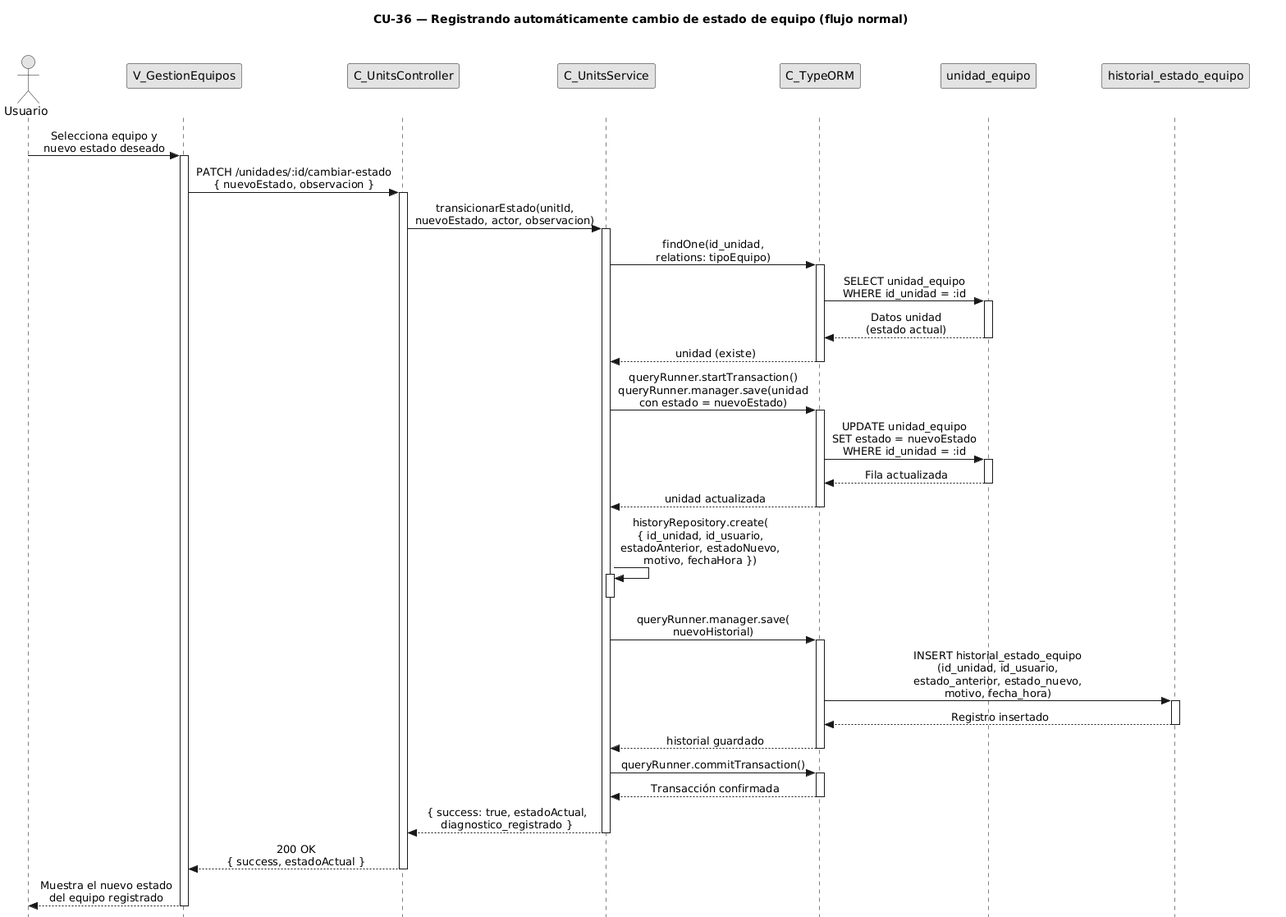
The PlantUML diagram diagramas/diagramas-secuencia/CU36/CU36-normal.png in FSM-Finet-y-Cable-Magico/Team_1-Inventario-y-Bodega, before a commit. Its diagram source:
```plantuml
@startuml CU36-normal
title CU-36 — Registrando automáticamente cambio de estado de equipo (flujo normal)

skinparam style strictuml
skinparam monochrome true
skinparam shadowing false
skinparam sequenceMessageAlign center
<style>
sequenceDiagram {
  participant {
    Margin 35
  }
  actor {
    Margin 15
  }
}
</style>
skinparam sequence {
  MessageAlign center
  LifeLineBorderColor black
}
hide footbox

actor "Usuario" as user
participant "V_GestionEquipos" as view
participant "C_UnitsController" as ctrl
participant "C_UnitsService" as svc
participant "C_TypeORM" as orm
participant "unidad_equipo" as uent
participant "historial_estado_equipo" as hent

user -> view : Selecciona equipo y\nnuevo estado deseado
activate view

view -> ctrl : PATCH /unidades/:id/cambiar-estado\n{ nuevoEstado, observacion }
activate ctrl

ctrl -> svc : transicionarEstado(unitId,\nnuevoEstado, actor, observacion)
activate svc

svc -> orm : findOne(id_unidad,\nrelations: tipoEquipo)
activate orm

orm -> uent : SELECT unidad_equipo\nWHERE id_unidad = :id
activate uent
uent --> orm : Datos unidad\n(estado actual)
deactivate uent

orm --> svc : unidad (existe)
deactivate orm

svc -> orm : queryRunner.startTransaction()\nqueryRunner.manager.save(unidad\ncon estado = nuevoEstado)
activate orm

orm -> uent : UPDATE unidad_equipo\nSET estado = nuevoEstado\nWHERE id_unidad = :id
activate uent
uent --> orm : Fila actualizada
deactivate uent

orm --> svc : unidad actualizada
deactivate orm

svc -> svc : historyRepository.create(\n{ id_unidad, id_usuario,\nestadoAnterior, estadoNuevo,\nmotivo, fechaHora })
activate svc
deactivate svc

svc -> orm : queryRunner.manager.save(\nnuevoHistorial)
activate orm

orm -> hent : INSERT historial_estado_equipo\n(id_unidad, id_usuario,\nestado_anterior, estado_nuevo,\nmotivo, fecha_hora)
activate hent
hent --> orm : Registro insertado
deactivate hent

orm --> svc : historial guardado
deactivate orm

svc -> orm : queryRunner.commitTransaction()
activate orm
orm --> svc : Transacción confirmada
deactivate orm

svc --> ctrl : { success: true, estadoActual,\ndiagnostico_registrado }
deactivate svc

ctrl --> view : 200 OK\n{ success, estadoActual }
deactivate ctrl

view --> user : Muestra el nuevo estado\ndel equipo registrado
deactivate view

@enduml
```
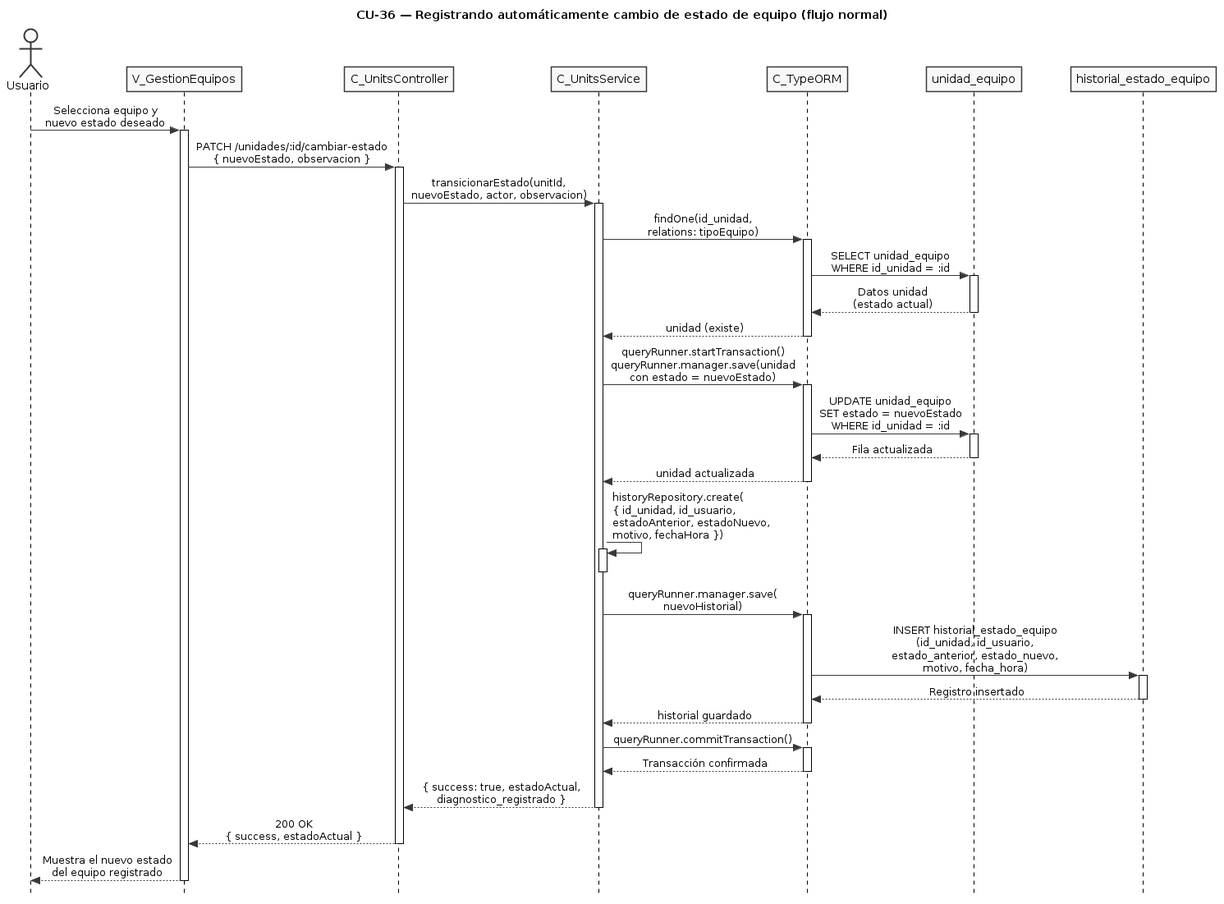
After the commit.

Diff of the diagram source:
```diff
@@ -5,16 +5,8 @@
 skinparam monochrome true
 skinparam shadowing false
 skinparam sequenceMessageAlign center
-<style>
-sequenceDiagram {
-  participant {
-    Margin 35
-  }
-  actor {
-    Margin 15
-  }
-}
-</style>
+skinparam ParticipantPadding 25
+skinparam ActorPadding 20
 skinparam sequence {
   MessageAlign center
   LifeLineBorderColor black
```
